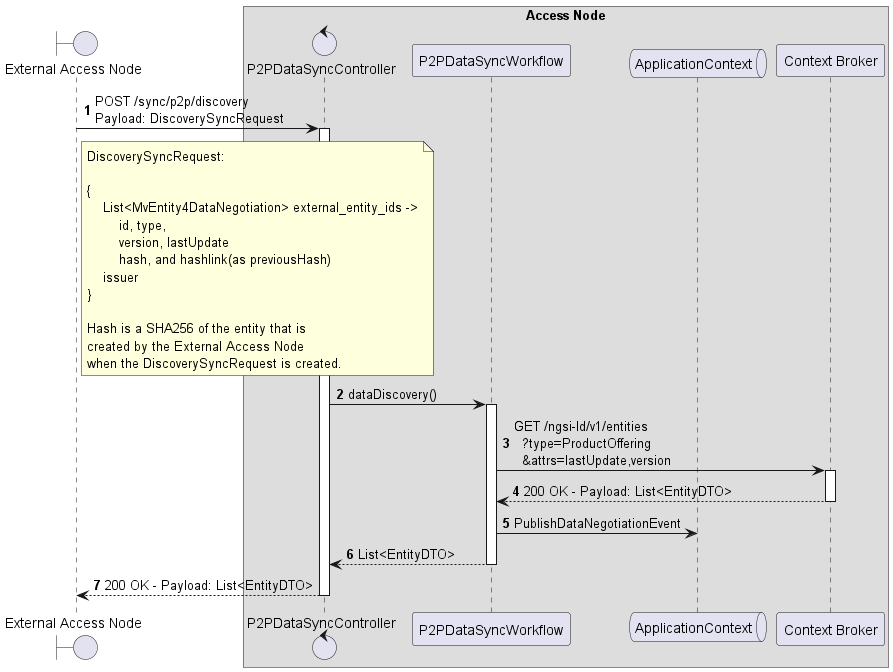
Above: desmos-tech-doc/images/p2p-sync-discovery-local.png in in2workspace/in2-guides (PlantUML), before the change. Source of this version:
```plantuml
@startuml


autonumber


boundary "External Access Node" as ean

box "Access Node"

  control "P2PDataSyncController" as p2pController
  participant "P2PDataSyncWorkflow" as p2pWorkflow
  queue "ApplicationContext" as ac
  participant "Context Broker" as cb

end box


ean -> p2pController++: POST /sync/p2p/discovery \nPayload: DiscoverySyncRequest

note right of ean
    DiscoverySyncRequest:

    {
        List<MvEntity4DataNegotiation> external_entity_ids ->
            id, type,
            version, lastUpdate
            hash, and hashlink(as previousHash)
        issuer
    }

    Hash is a SHA256 of the entity that is
    created by the External Access Node
    when the DiscoverySyncRequest is created.
end note

    p2pController -> p2pWorkflow++: dataDiscovery()
        p2pWorkflow -> cb++: GET /ngsi-ld/v1/entities\n  ?type=ProductOffering\n  &attrs=lastUpdate,version
        return 200 OK - Payload: List<EntityDTO>
        p2pWorkflow -> ac: PublishDataNegotiationEvent
    return List<EntityDTO>
return 200 OK - Payload: List<EntityDTO>

@enduml
```
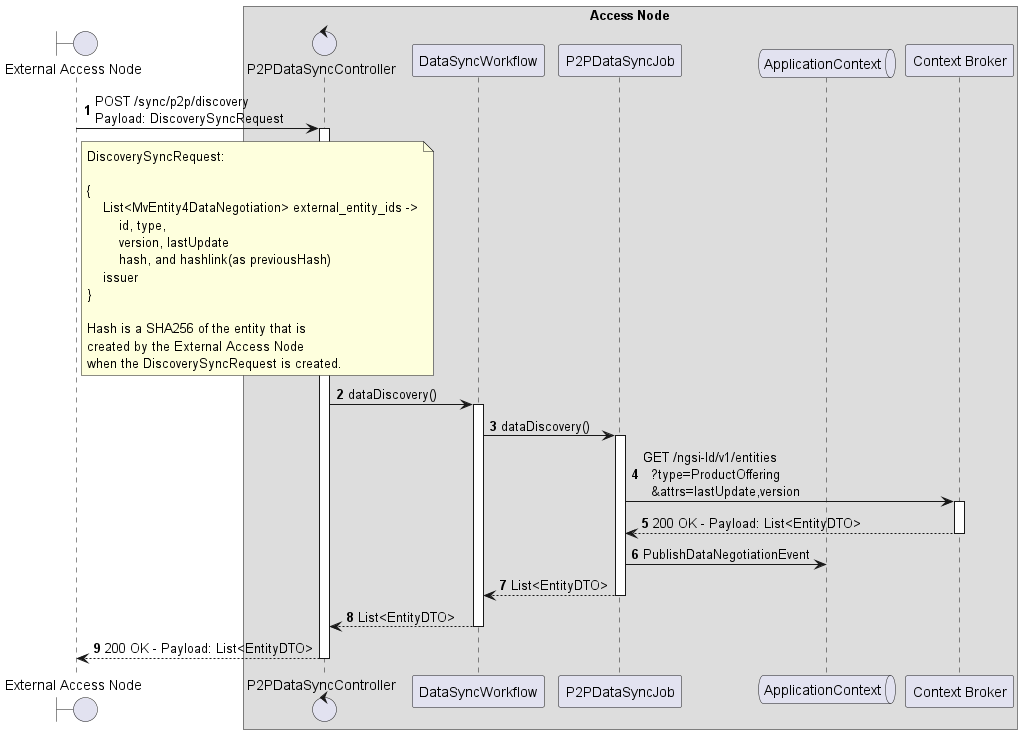
After the change.

Commit message:
fix(data-syncronization): add p2p data sync job in discovery diagram

Diff of the diagram source:
```diff
@@ -9,7 +9,8 @@
 box "Access Node"
 
   control "P2PDataSyncController" as p2pController
-  participant "P2PDataSyncWorkflow" as p2pWorkflow
+  participant "DataSyncWorkflow" as p2p_data_sync_workflow
+  participant "P2PDataSyncJob" as p2p_data_sync_job
   queue "ApplicationContext" as ac
   participant "Context Broker" as cb
 
@@ -34,10 +35,12 @@
     when the DiscoverySyncRequest is created.
 end note
 
-    p2pController -> p2pWorkflow++: dataDiscovery()
-        p2pWorkflow -> cb++: GET /ngsi-ld/v1/entities\n  ?type=ProductOffering\n  &attrs=lastUpdate,version
-        return 200 OK - Payload: List<EntityDTO>
-        p2pWorkflow -> ac: PublishDataNegotiationEvent
+    p2pController -> p2p_data_sync_workflow++: dataDiscovery()
+        p2p_data_sync_workflow -> p2p_data_sync_job++: dataDiscovery()
+            p2p_data_sync_job -> cb++: GET /ngsi-ld/v1/entities\n  ?type=ProductOffering\n  &attrs=lastUpdate,version
+            return 200 OK - Payload: List<EntityDTO>
+            p2p_data_sync_job -> ac: PublishDataNegotiationEvent
+        return List<EntityDTO>
     return List<EntityDTO>
 return 200 OK - Payload: List<EntityDTO>
 
```
